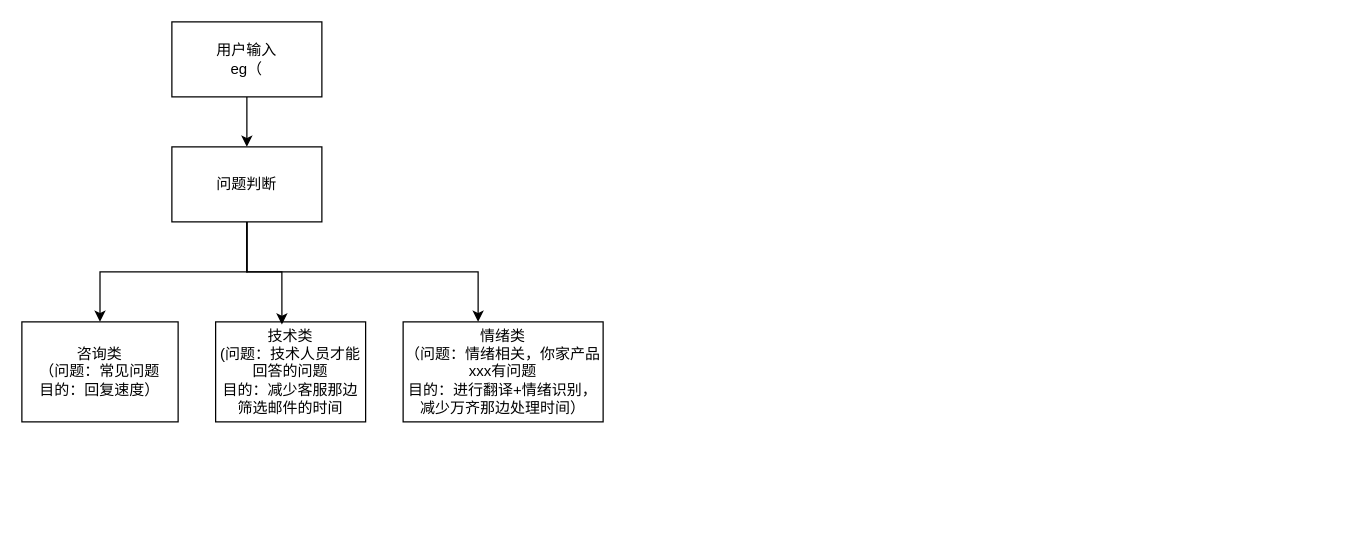
This is 智能客服.drawio from Formyselfonly/drawioFlowchart, a draw.io file, before an edit. Source tidied: cells renumbered, new cells numbered last; positions are measured from the earlier drawing's top-left corner, leaving out a move shared by most shapes. Both pictures are drawn from the tidied source at 125%, with x=0, y=0 at pixel (21, 21).
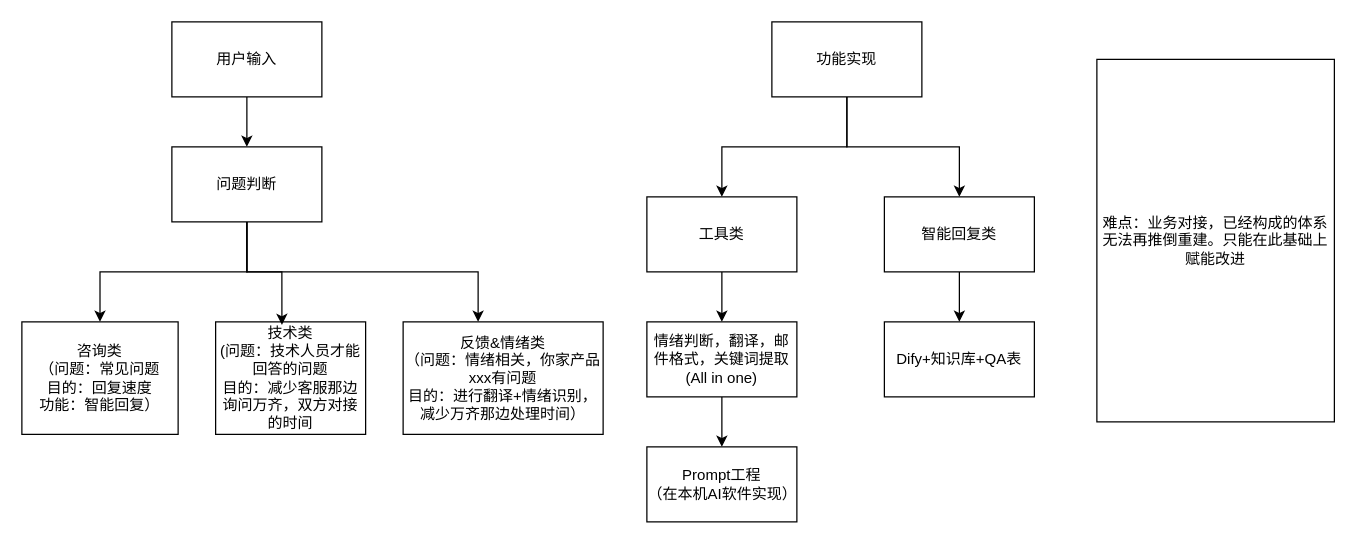
The same diagram, later.

The edit, as a diff of the source:
```diff
@@
-    <mxCell id="3" value="用户输入&lt;br&gt;eg（" style="rounded=0;whiteSpace=wrap;html=1;" parent="1" vertex="1">
+    <mxCell id="3" value="用户输入" style="rounded=0;whiteSpace=wrap;html=1;" parent="1" vertex="1">
       <mxGeometry x="120" width="120" height="60" as="geometry" />
     </mxCell>
@@
-    <mxCell id="7" value="咨询类&lt;br&gt;（问题：常见问题&lt;div&gt;&lt;span style=&quot;background-color: transparent; color: light-dark(rgb(0, 0, 0), rgb(255, 255, 255));&quot;&gt;目的：回复速度）&lt;/span&gt;&lt;/div&gt;" style="rounded=0;whiteSpace=wrap;html=1;" parent="1" vertex="1">
-      <mxGeometry y="240" width="125" height="80" as="geometry" />
+    <mxCell id="7" value="咨询类&lt;br&gt;（问题：常见问题&lt;div&gt;&lt;span style=&quot;background-color: transparent; color: light-dark(rgb(0, 0, 0), rgb(255, 255, 255));&quot;&gt;目的：回复速度&lt;br&gt;功能：智能回复）&lt;/span&gt;&lt;/div&gt;" style="rounded=0;whiteSpace=wrap;html=1;" parent="1" vertex="1">
+      <mxGeometry y="240" width="125" height="90" as="geometry" />
     </mxCell>
-    <mxCell id="8" value="技术类&lt;div&gt;(问题：技术人员才能回答的问题&lt;/div&gt;&lt;div&gt;目的：减少客服那边筛选邮件的时间&lt;/div&gt;" style="rounded=0;whiteSpace=wrap;html=1;" parent="1" vertex="1">
-      <mxGeometry x="155" y="240" width="120" height="80" as="geometry" />
+    <mxCell id="8" value="技术类&lt;div&gt;(问题：技术人员才能回答的问题&lt;/div&gt;&lt;div&gt;目的：减少客服那边询问万齐，双方对接的时间&lt;br&gt;&lt;/div&gt;" style="rounded=0;whiteSpace=wrap;html=1;" parent="1" vertex="1">
+      <mxGeometry x="155" y="240" width="120" height="90" as="geometry" />
     </mxCell>
@@
-    <mxCell id="10" value="情绪类&lt;br&gt;（问题：情绪相关，你家产品xxx有问题&lt;br&gt;目的：进行翻译+情绪识别，减少万齐那边处理时间）" style="rounded=0;whiteSpace=wrap;html=1;" parent="1" vertex="1">
-      <mxGeometry x="305" y="240" width="160" height="80" as="geometry" />
+    <mxCell id="10" value="反馈&amp;amp;情绪类&lt;br&gt;（问题：情绪相关，你家产品xxx有问题&lt;br&gt;目的：进行翻译+情绪识别，减少万齐那边处理时间）" style="rounded=0;whiteSpace=wrap;html=1;" parent="1" vertex="1">
+      <mxGeometry x="305" y="240" width="160" height="90" as="geometry" />
     </mxCell>
+    <mxCell id="11" style="edgeStyle=orthogonalEdgeStyle;rounded=0;jettySize=auto;html=1;entryX=0.5;entryY=0;entryDx=0;entryDy=0;" parent="1" edge="1" source="13" target="20">
+      <mxGeometry relative="1" as="geometry" />
+    </mxCell>
+    <mxCell id="12" style="edgeStyle=orthogonalEdgeStyle;rounded=0;jettySize=auto;html=1;" parent="1" edge="1" source="13" target="17">
+      <mxGeometry relative="1" as="geometry" />
+    </mxCell>
+    <mxCell id="13" value="功能实现" style="rounded=0;whiteSpace=wrap;html=1;" parent="1" vertex="1">
+      <mxGeometry x="600" width="120" height="60" as="geometry" />
+    </mxCell>
+    <mxCell id="14" style="edgeStyle=orthogonalEdgeStyle;rounded=0;jettySize=auto;html=1;entryX=0.5;entryY=0;entryDx=0;entryDy=0;" parent="1" edge="1" source="15" target="18">
+      <mxGeometry relative="1" as="geometry" />
+    </mxCell>
+    <mxCell id="15" value="情绪判断，翻译，邮件格式，关键词提取&lt;br&gt;(All in one)" style="rounded=0;whiteSpace=wrap;html=1;" parent="1" vertex="1">
+      <mxGeometry x="500" y="240" width="120" height="60" as="geometry" />
+    </mxCell>
+    <mxCell id="16" style="edgeStyle=orthogonalEdgeStyle;rounded=0;jettySize=auto;html=1;entryX=0.5;entryY=0;entryDx=0;entryDy=0;" parent="1" edge="1" source="17" target="15">
+      <mxGeometry relative="1" as="geometry" />
+    </mxCell>
+    <mxCell id="17" value="工具类" style="rounded=0;whiteSpace=wrap;html=1;" parent="1" vertex="1">
+      <mxGeometry x="500" y="140" width="120" height="60" as="geometry" />
+    </mxCell>
+    <mxCell id="18" value="Prompt工程&lt;br&gt;（在本机AI软件实现）" style="rounded=0;whiteSpace=wrap;html=1;" parent="1" vertex="1">
+      <mxGeometry x="500" y="340" width="120" height="60" as="geometry" />
+    </mxCell>
+    <mxCell id="19" style="edgeStyle=orthogonalEdgeStyle;rounded=0;jettySize=auto;html=1;" parent="1" edge="1" source="20" target="21">
+      <mxGeometry relative="1" as="geometry" />
+    </mxCell>
+    <mxCell id="20" value="智能回复类" style="rounded=0;whiteSpace=wrap;html=1;" parent="1" vertex="1">
+      <mxGeometry x="690" y="140" width="120" height="60" as="geometry" />
+    </mxCell>
+    <mxCell id="21" value="Dify+知识库+QA表" style="rounded=0;whiteSpace=wrap;html=1;" parent="1" vertex="1">
+      <mxGeometry x="690" y="240" width="120" height="60" as="geometry" />
+    </mxCell>
+    <mxCell id="22" value="难点：业务对接，已经构成的体系无法再推倒重建。只能在此基础上赋能改进" style="rounded=0;whiteSpace=wrap;html=1;" parent="1" vertex="1">
+      <mxGeometry x="860" y="30" width="190" height="290" as="geometry" />
+    </mxCell>
```
